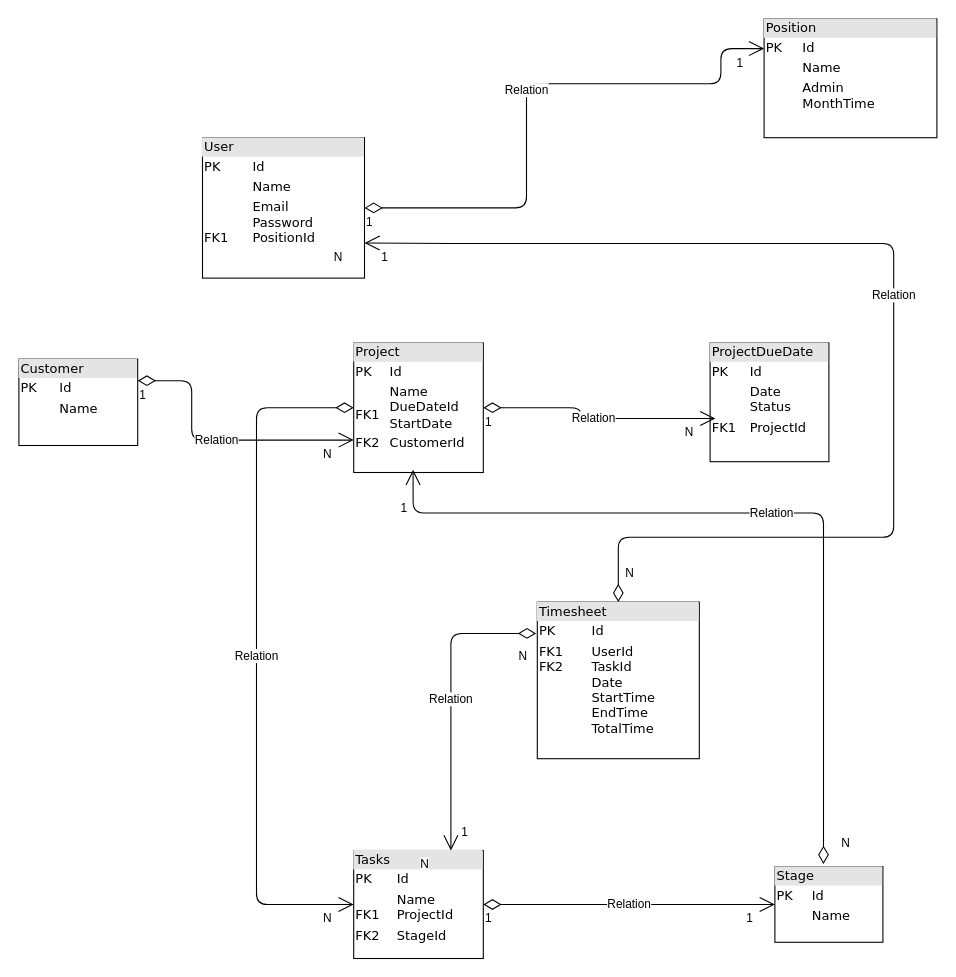
The draw.io diagram Documents/Database/MER.drawio in ViniciusZevarex/Timesheet-Manager, before the edit. Source tidied: cells renumbered, new cells numbered last; positions are measured from the earlier drawing's top-left corner, leaving out a move shared by most shapes. Both pictures are drawn from the tidied source at 108%, with x=0, y=0 at pixel (18, 18).
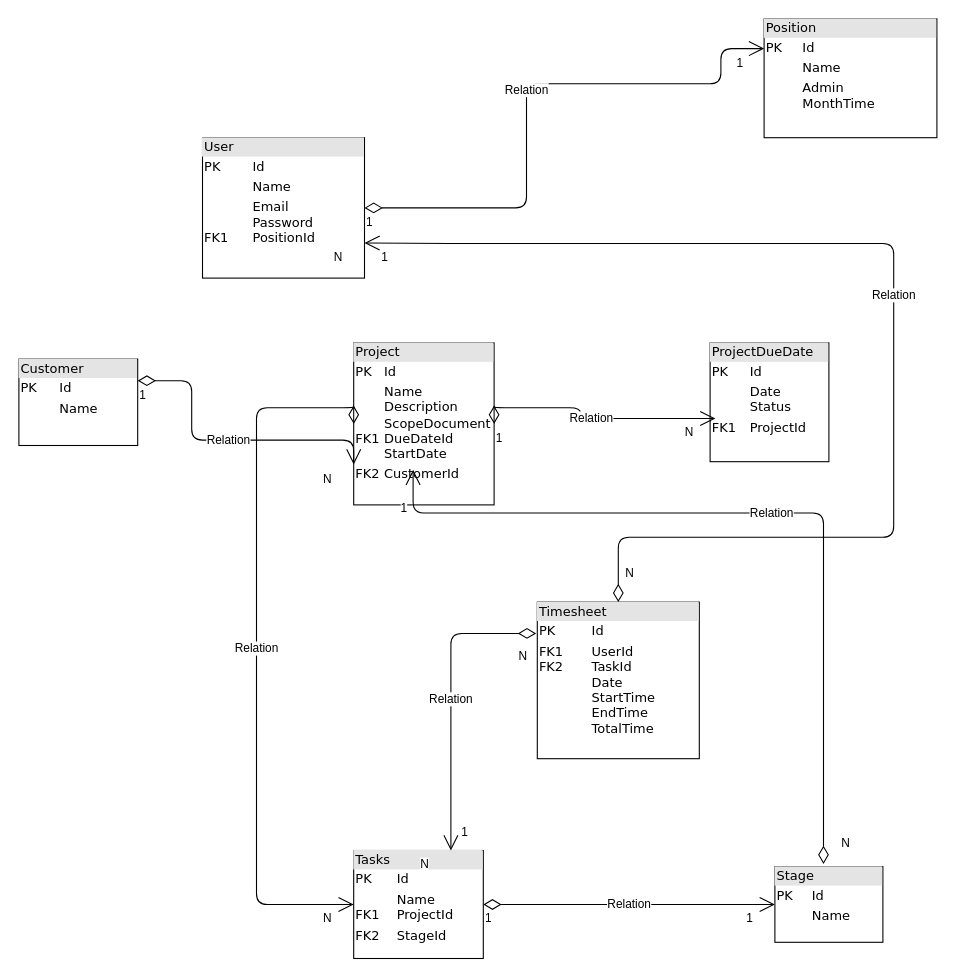
Above is the later version.

What changed in the source:
```diff
@@
-    <mxCell id="5" value="&lt;div style=&quot;box-sizing: border-box ; width: 100% ; background: #e4e4e4 ; padding: 2px&quot;&gt;Project&lt;/div&gt;&lt;table style=&quot;width: 100% ; font-size: 1em&quot; cellpadding=&quot;2&quot; cellspacing=&quot;0&quot;&gt;&lt;tbody&gt;&lt;tr&gt;&lt;td&gt;PK&lt;/td&gt;&lt;td&gt;Id&lt;/td&gt;&lt;/tr&gt;&lt;tr&gt;&lt;td&gt;&lt;br&gt;FK1&lt;/td&gt;&lt;td&gt;Name&lt;br&gt;DueDateId&lt;br&gt;StartDate&lt;/td&gt;&lt;/tr&gt;&lt;tr&gt;&lt;td&gt;FK2&lt;/td&gt;&lt;td&gt;CustomerId&lt;/td&gt;&lt;/tr&gt;&lt;/tbody&gt;&lt;/table&gt;" style="verticalAlign=top;align=left;overflow=fill;html=1;rounded=0;shadow=0;comic=0;labelBackgroundColor=none;strokeWidth=1;fontFamily=Verdana;fontSize=12;" parent="1" vertex="1">
-      <mxGeometry x="310" y="300" width="120" height="120" as="geometry" />
+    <mxCell id="5" value="&lt;div style=&quot;box-sizing: border-box ; width: 100% ; background: #e4e4e4 ; padding: 2px&quot;&gt;Project&lt;/div&gt;&lt;table style=&quot;width: 100% ; font-size: 1em&quot; cellpadding=&quot;2&quot; cellspacing=&quot;0&quot;&gt;&lt;tbody&gt;&lt;tr&gt;&lt;td&gt;PK&lt;/td&gt;&lt;td&gt;Id&lt;/td&gt;&lt;/tr&gt;&lt;tr&gt;&lt;td&gt;&lt;br&gt;&lt;br&gt;FK1&lt;/td&gt;&lt;td&gt;Name&lt;br&gt;Description&lt;br&gt;ScopeDocument&lt;br&gt;DueDateId&lt;br&gt;StartDate&lt;/td&gt;&lt;/tr&gt;&lt;tr&gt;&lt;td&gt;FK2&lt;/td&gt;&lt;td&gt;CustomerId&lt;/td&gt;&lt;/tr&gt;&lt;/tbody&gt;&lt;/table&gt;" style="verticalAlign=top;align=left;overflow=fill;html=1;rounded=0;shadow=0;comic=0;labelBackgroundColor=none;strokeWidth=1;fontFamily=Verdana;fontSize=12;" parent="1" vertex="1">
+      <mxGeometry x="310" y="300" width="130" height="150" as="geometry" />
     </mxCell>
```
